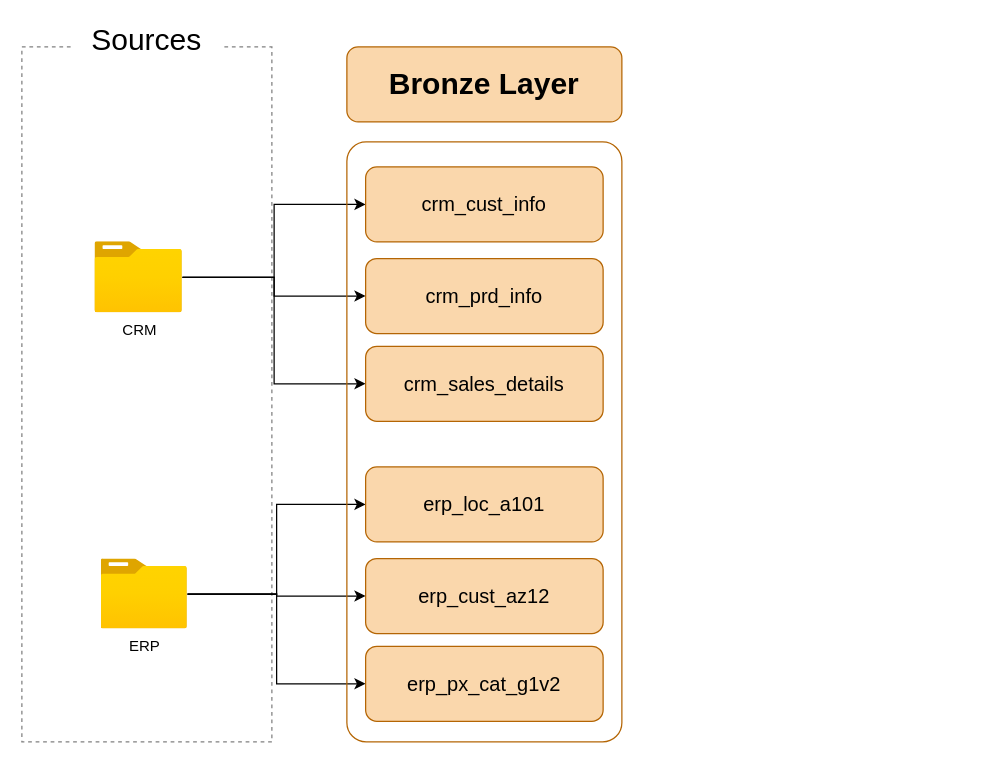
This is _docs/data_flow_diagram.drawio from asadali27232/snowflake-sql-medallion-warehouse, a draw.io file, before an edit. Source tidied: cells renumbered, new cells numbered last; positions are measured from the earlier drawing's top-left corner, leaving out a move shared by most shapes. Both pictures are drawn from the tidied source at 125%, with x=0, y=0 at pixel (21, 21).
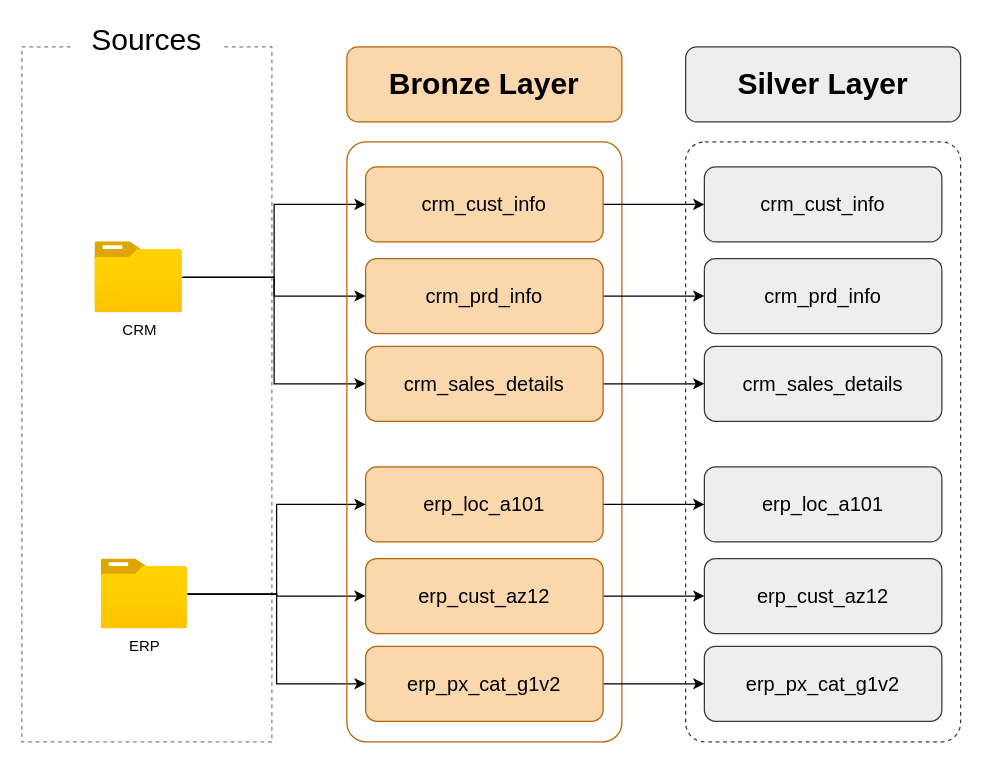
The same page after the edit.

Commit message (it also covers changes not shown here):
feat: Introduce Gold layer DDL for customer, product, and sales views, add extraction and creation timestamps to silver layer loading, and update the data flow diagram.

The change refers to these unchanged cells:
```xml
<mxCell id="14" value="&lt;font&gt;crm_cust_info&lt;/font&gt;" style="rounded=1;whiteSpace=wrap;html=1;fillColor=#fad7ac;strokeColor=#b46504;fontSize=16;" parent="1" vertex="1">
  <mxGeometry x="275" y="116" width="190" height="60" as="geometry" />
</mxCell>
<mxCell id="15" value="&lt;font&gt;crm_prd_info&lt;/font&gt;" style="rounded=1;whiteSpace=wrap;html=1;fillColor=#fad7ac;strokeColor=#b46504;fontSize=16;" parent="1" vertex="1">
  <mxGeometry x="275" y="189.3" width="190" height="60" as="geometry" />
</mxCell>
<mxCell id="16" value="&lt;font&gt;crm_sales_details&lt;/font&gt;" style="rounded=1;whiteSpace=wrap;html=1;fillColor=#fad7ac;strokeColor=#b46504;fontSize=16;" parent="1" vertex="1">
  <mxGeometry x="275" y="259.5" width="190" height="60" as="geometry" />
</mxCell>
<mxCell id="17" value="&lt;font&gt;erp_loc_a101&lt;/font&gt;" style="rounded=1;whiteSpace=wrap;html=1;fillColor=#fad7ac;strokeColor=#b46504;fontSize=16;" parent="1" vertex="1">
  <mxGeometry x="275" y="356" width="190" height="60" as="geometry" />
</mxCell>
<mxCell id="18" value="&lt;font&gt;erp_cust_az12&lt;/font&gt;" style="rounded=1;whiteSpace=wrap;html=1;fillColor=#fad7ac;strokeColor=#b46504;fontSize=16;" parent="1" vertex="1">
  <mxGeometry x="275" y="429.3" width="190" height="60" as="geometry" />
</mxCell>
<mxCell id="19" value="&lt;font&gt;erp_px_cat_g1v2&lt;/font&gt;" style="rounded=1;whiteSpace=wrap;html=1;fillColor=#fad7ac;strokeColor=#b46504;fontSize=16;" parent="1" vertex="1">
  <mxGeometry x="275" y="499.5" width="190" height="60" as="geometry" />
</mxCell>
```

Change to the diagram source:
```diff
@@
+    <mxCell id="20" style="edgeStyle=orthogonalEdgeStyle;rounded=0;jettySize=auto;html=1;entryX=0;entryY=0.5;entryDx=0;entryDy=0;" parent="1" edge="1" source="14" target="28">
+      <mxGeometry relative="1" as="geometry" />
+    </mxCell>
@@
+    <mxCell id="21" style="edgeStyle=orthogonalEdgeStyle;rounded=0;jettySize=auto;html=1;" parent="1" edge="1" source="15" target="29">
+      <mxGeometry relative="1" as="geometry" />
+    </mxCell>
@@
+    <mxCell id="22" style="edgeStyle=orthogonalEdgeStyle;rounded=0;jettySize=auto;html=1;" parent="1" edge="1" source="16" target="30">
+      <mxGeometry relative="1" as="geometry" />
+    </mxCell>
@@
+    <mxCell id="23" style="edgeStyle=orthogonalEdgeStyle;rounded=0;jettySize=auto;html=1;entryX=0;entryY=0.5;entryDx=0;entryDy=0;" parent="1" edge="1" source="17" target="31">
+      <mxGeometry relative="1" as="geometry" />
+    </mxCell>
@@
+    <mxCell id="24" style="edgeStyle=orthogonalEdgeStyle;rounded=0;jettySize=auto;html=1;" parent="1" edge="1" source="18" target="32">
+      <mxGeometry relative="1" as="geometry" />
+    </mxCell>
@@
+    <mxCell id="25" style="edgeStyle=orthogonalEdgeStyle;rounded=0;jettySize=auto;html=1;" parent="1" edge="1" source="19" target="33">
+      <mxGeometry relative="1" as="geometry" />
+    </mxCell>
@@
+    <mxCell id="26" style="rounded=1;whiteSpace=wrap;html=1;fillColor=none;strokeColor=#36393d;strokeWidth=1;arcSize=7;dashed=1;" parent="1" vertex="1">
+      <mxGeometry x="531" y="96" width="220" height="480" as="geometry" />
+    </mxCell>
+    <mxCell id="27" value="&lt;font style=&quot;font-size: 24px;&quot;&gt;&lt;b&gt;Silver Layer&lt;/b&gt;&lt;/font&gt;" style="rounded=1;whiteSpace=wrap;html=1;fillColor=#eeeeee;strokeColor=#36393d;" parent="1" vertex="1">
+      <mxGeometry x="531" y="20" width="220" height="60" as="geometry" />
+    </mxCell>
+    <mxCell id="28" value="&lt;font&gt;crm_cust_info&lt;/font&gt;" style="rounded=1;whiteSpace=wrap;html=1;fillColor=#eeeeee;strokeColor=#36393d;fontSize=16;" parent="1" vertex="1">
+      <mxGeometry x="546" y="116" width="190" height="60" as="geometry" />
+    </mxCell>
+    <mxCell id="29" value="&lt;font&gt;crm_prd_info&lt;/font&gt;" style="rounded=1;whiteSpace=wrap;html=1;fillColor=#eeeeee;strokeColor=#36393d;fontSize=16;" parent="1" vertex="1">
+      <mxGeometry x="546" y="189.3" width="190" height="60" as="geometry" />
+    </mxCell>
+    <mxCell id="30" value="&lt;font&gt;crm_sales_details&lt;/font&gt;" style="rounded=1;whiteSpace=wrap;html=1;fillColor=#eeeeee;strokeColor=#36393d;fontSize=16;" parent="1" vertex="1">
+      <mxGeometry x="546" y="259.5" width="190" height="60" as="geometry" />
+    </mxCell>
+    <mxCell id="31" value="&lt;font&gt;erp_loc_a101&lt;/font&gt;" style="rounded=1;whiteSpace=wrap;html=1;fillColor=#eeeeee;strokeColor=#36393d;fontSize=16;" parent="1" vertex="1">
+      <mxGeometry x="546" y="356" width="190" height="60" as="geometry" />
+    </mxCell>
+    <mxCell id="32" value="&lt;font&gt;erp_cust_az12&lt;/font&gt;" style="rounded=1;whiteSpace=wrap;html=1;fillColor=#eeeeee;strokeColor=#36393d;fontSize=16;" parent="1" vertex="1">
+      <mxGeometry x="546" y="429.3" width="190" height="60" as="geometry" />
+    </mxCell>
+    <mxCell id="33" value="&lt;font&gt;erp_px_cat_g1v2&lt;/font&gt;" style="rounded=1;whiteSpace=wrap;html=1;fillColor=#eeeeee;strokeColor=#36393d;fontSize=16;" parent="1" vertex="1">
+      <mxGeometry x="546" y="499.5" width="190" height="60" as="geometry" />
+    </mxCell>
```
